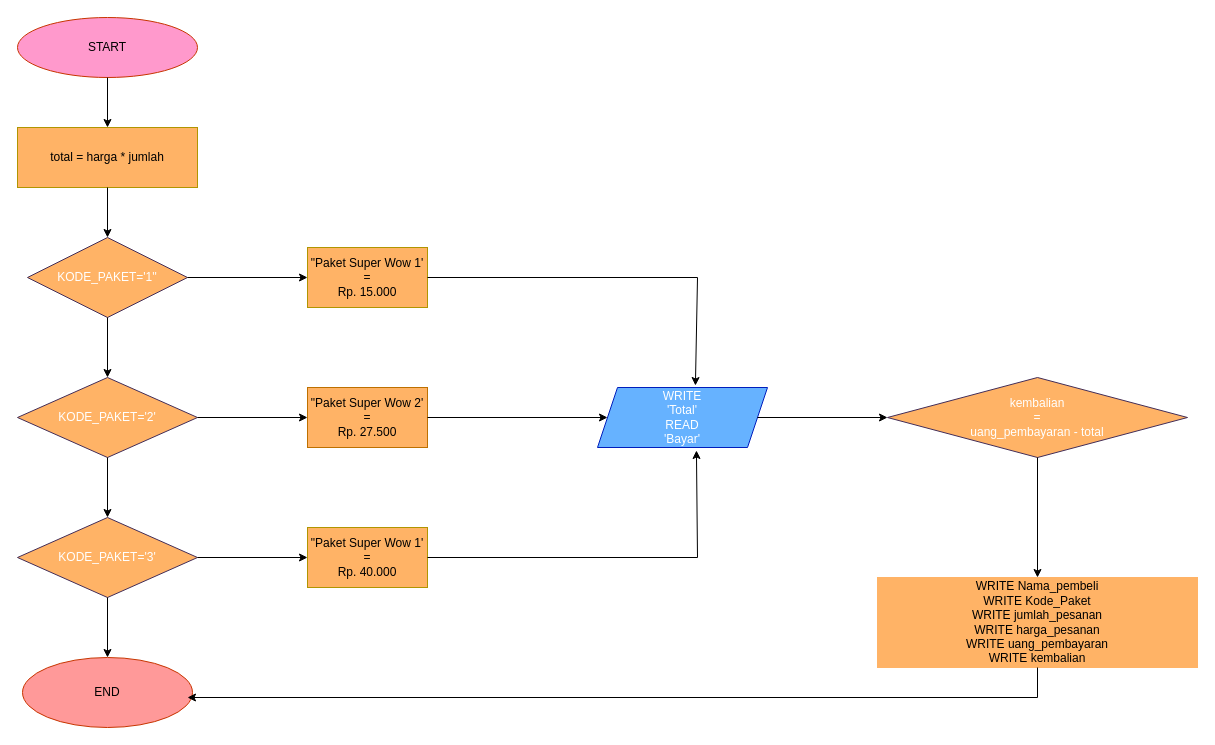
Above: flowchart.drawio in putrifadhillamuarif/putrifadhillamuarif-kasir_apps (draw.io), before the change. Source tidied: cells renumbered, new cells numbered last; positions are measured from the earlier drawing's top-left corner, leaving out a move shared by most shapes. Both pictures are drawn from the tidied source at 100%, with x=0, y=0 at pixel (17, 17).
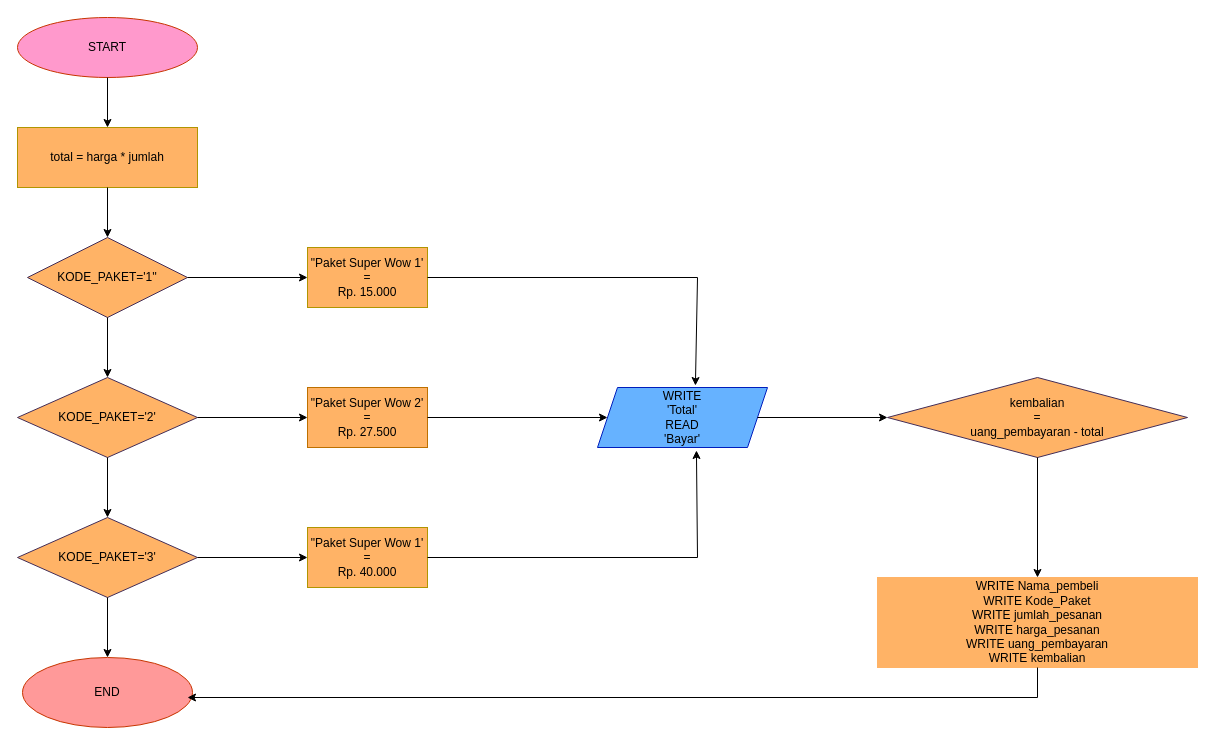
The same page after the edit.

Change to the diagram source:
```diff
@@
-    <mxCell id="4" value="KODE_PAKET='1''" style="rhombus;whiteSpace=wrap;html=1;fillColor=#FFB366;fontColor=#ffffff;strokeColor=#432D57;" parent="1" vertex="1">
+    <mxCell id="4" value="&lt;font color=&quot;#000000&quot;&gt;KODE_PAKET='1''&lt;/font&gt;" style="rhombus;whiteSpace=wrap;html=1;fillColor=#FFB366;fontColor=#ffffff;strokeColor=#432D57;" parent="1" vertex="1">
       <mxGeometry x="10" y="220" width="160" height="80" as="geometry" />
     </mxCell>
-    <mxCell id="5" value="&lt;span&gt;KODE_PAKET='2'&lt;/span&gt;" style="rhombus;whiteSpace=wrap;html=1;fillColor=#FFB366;fontColor=#ffffff;strokeColor=#432D57;" parent="1" vertex="1">
+    <mxCell id="5" value="&lt;span&gt;&lt;font color=&quot;#000000&quot;&gt;KODE_PAKET='2'&lt;/font&gt;&lt;/span&gt;" style="rhombus;whiteSpace=wrap;html=1;fillColor=#FFB366;fontColor=#ffffff;strokeColor=#432D57;" parent="1" vertex="1">
       <mxGeometry y="360" width="180" height="80" as="geometry" />
     </mxCell>
-    <mxCell id="6" value="&lt;span&gt;KODE_PAKET='3'&lt;/span&gt;" style="rhombus;whiteSpace=wrap;html=1;fillColor=#FFB366;fontColor=#ffffff;strokeColor=#432D57;" parent="1" vertex="1">
+    <mxCell id="6" value="&lt;span&gt;&lt;font color=&quot;#000000&quot;&gt;KODE_PAKET='3'&lt;/font&gt;&lt;/span&gt;" style="rhombus;whiteSpace=wrap;html=1;fillColor=#FFB366;fontColor=#ffffff;strokeColor=#432D57;" parent="1" vertex="1">
       <mxGeometry y="500" width="180" height="80" as="geometry" />
     </mxCell>
@@
-    <mxCell id="19" value="WRITE&lt;br&gt;'Total'&lt;br&gt;READ&lt;br&gt;'Bayar'" style="shape=parallelogram;perimeter=parallelogramPerimeter;whiteSpace=wrap;html=1;fixedSize=1;fillColor=#66B2FF;fontColor=#ffffff;strokeColor=#001DBC;" parent="1" vertex="1">
+    <mxCell id="19" value="&lt;font color=&quot;#000000&quot;&gt;WRITE&lt;br&gt;'Total'&lt;br&gt;READ&lt;br&gt;'Bayar'&lt;/font&gt;" style="shape=parallelogram;perimeter=parallelogramPerimeter;whiteSpace=wrap;html=1;fixedSize=1;fillColor=#66B2FF;fontColor=#ffffff;strokeColor=#001DBC;" parent="1" vertex="1">
       <mxGeometry x="580" y="370" width="170" height="60" as="geometry" />
     </mxCell>
@@
-    <mxCell id="25" value="kembalian&lt;br&gt;=&lt;br&gt;uang_pembayaran - total" style="rhombus;whiteSpace=wrap;html=1;fillColor=#FFB366;fontColor=#ffffff;strokeColor=#432D57;" parent="1" vertex="1">
+    <mxCell id="25" value="&lt;font color=&quot;#000000&quot;&gt;kembalian&lt;br&gt;=&lt;br&gt;uang_pembayaran - total&lt;/font&gt;" style="rhombus;whiteSpace=wrap;html=1;fillColor=#FFB366;fontColor=#ffffff;strokeColor=#432D57;" parent="1" vertex="1">
       <mxGeometry x="870" y="360" width="300" height="80" as="geometry" />
     </mxCell>
```
